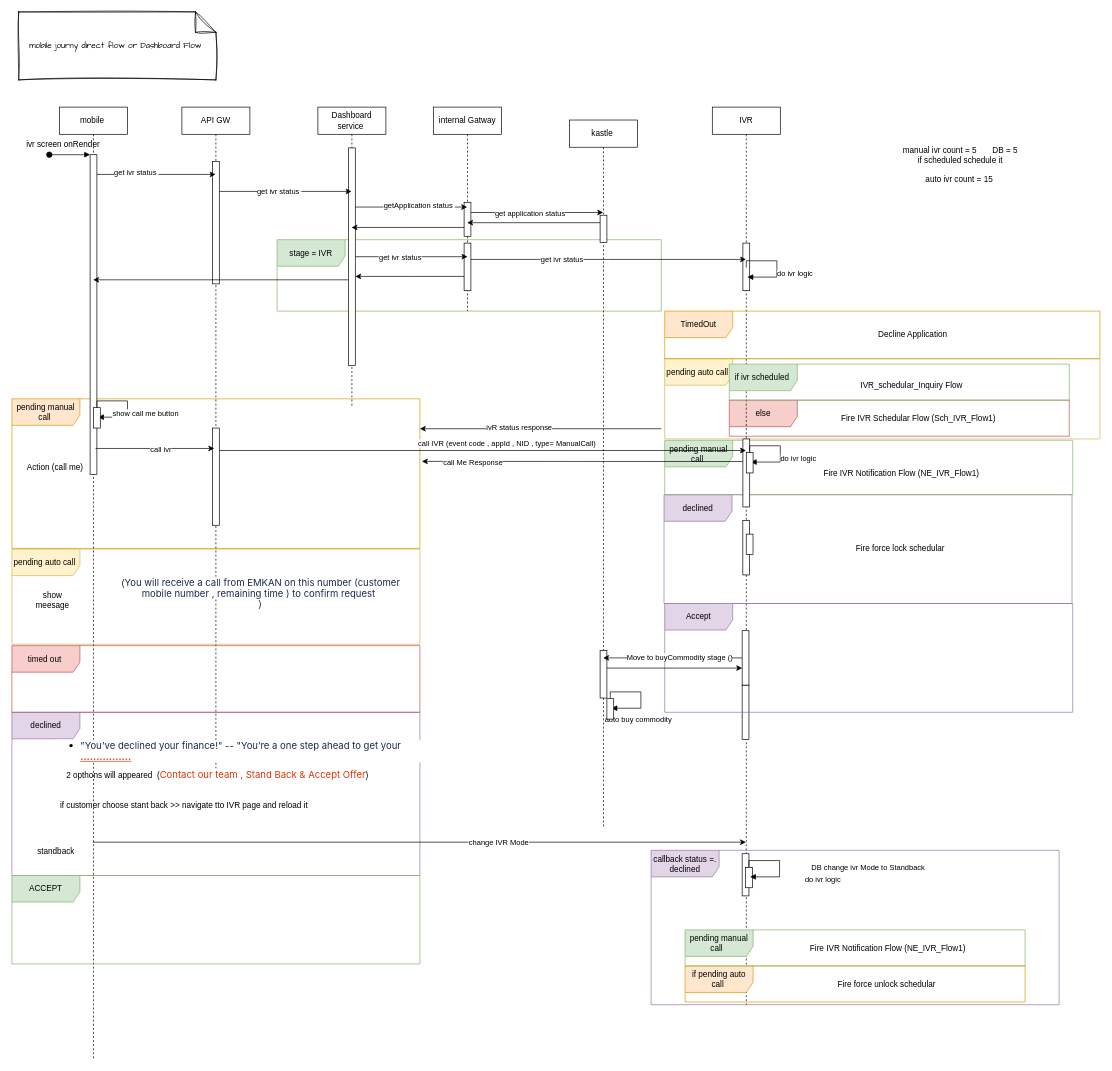
The draw.io diagram page "mobile journy direct flow or Dashboard Flow" (2 of 16) of IVR2.drawio in MHosnii/DrawIo, before the edit. Source tidied: cells renumbered, new cells numbered last; positions are measured from the earlier drawing's top-left corner, leaving out a move shared by most shapes. Both pictures are drawn from the tidied source at 68%, with x=0, y=0 at pixel (12, 12).
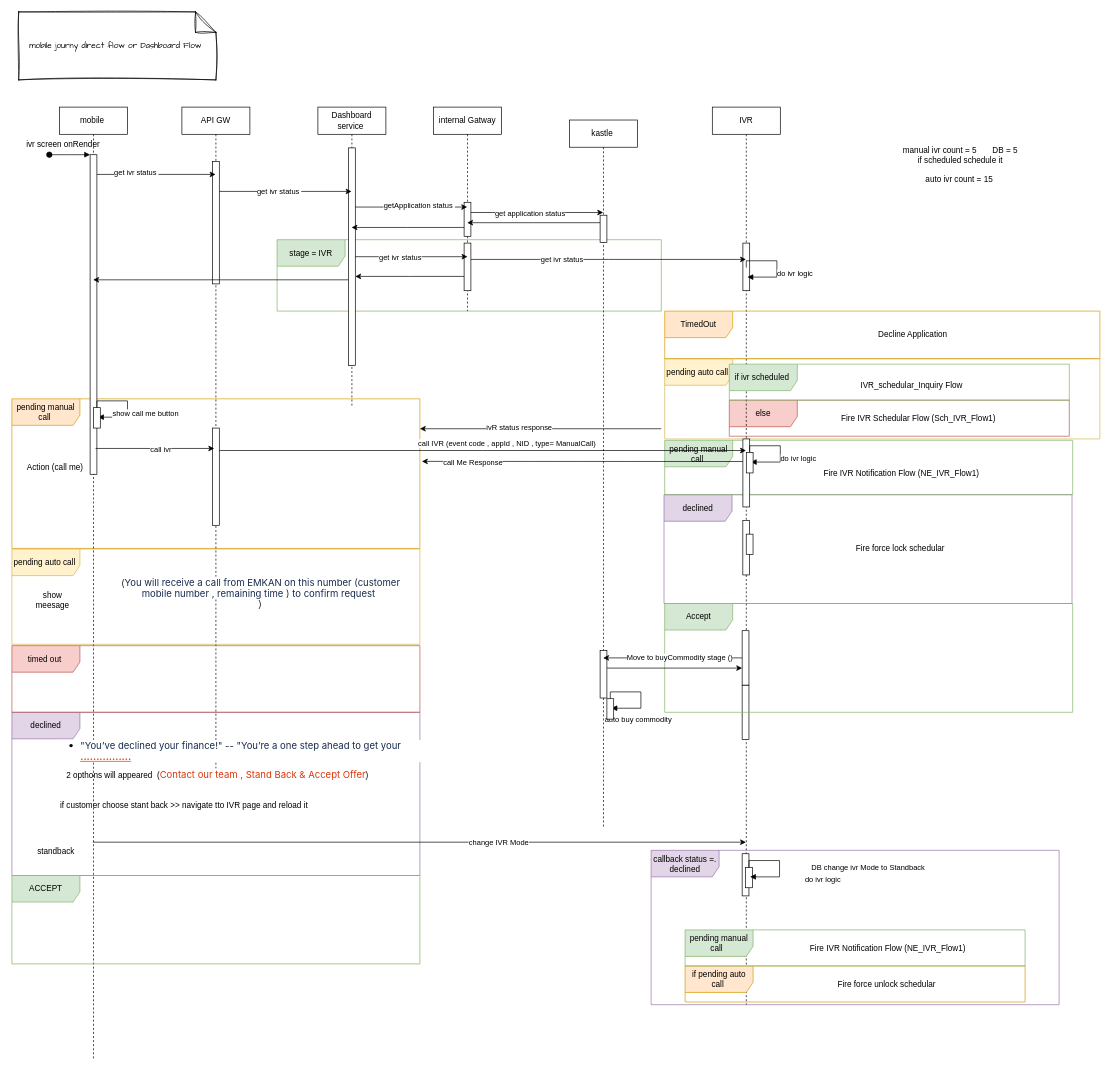
Above is the later version.

What changed in the source:
```diff
@@
-    <mxCell id="97" value="Accept" style="shape=umlFrame;whiteSpace=wrap;html=1;width=100;height=39;fillColor=#e1d5e7;strokeColor=#9673a6;" parent="1" vertex="1">
+    <mxCell id="97" value="Accept" style="shape=umlFrame;whiteSpace=wrap;html=1;width=100;height=39;fillColor=#d5e8d4;strokeColor=#82b366;" parent="1" vertex="1">
       <mxGeometry x="960" y="870" width="600" height="160" as="geometry" />
     </mxCell>
```
